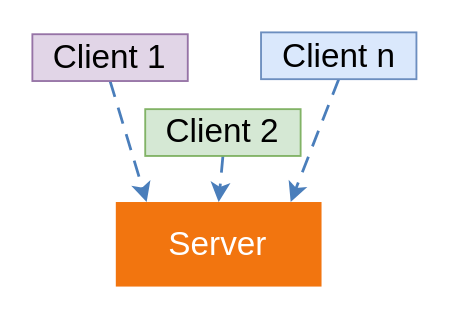
Before: diagrams/architecture/architecturalStyles/clientServer/what/clientServer.drawio in se-edu/se-book, a draw.io diagram. Source tidied: cells renumbered, new cells numbered last; positions are measured from the earlier drawing's top-left corner, leaving out a move shared by most shapes. Both pictures are drawn from the tidied source at 185%, with x=0, y=0 at pixel (31, 31).
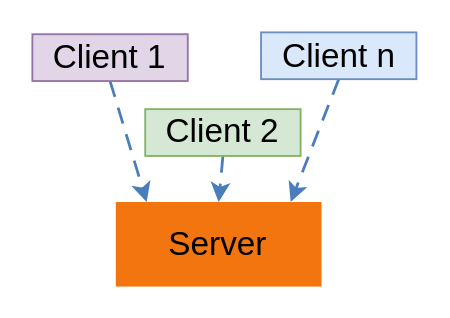
The same diagram, later.

Diff of the diagram source:
```diff
@@
 <mxGraphModel>
   <root>
     <mxCell id="0" />
     <mxCell id="1" parent="0" />
     <mxCell id="2" style="exitX=0.5;exitY=1;exitDx=0;exitDy=0;entryX=0.15;entryY=0;entryDx=0;entryDy=0;edgeStyle=none;html=1;rounded=0;dashed=1;dashPattern=6 4;strokeColor=#4A7EBB;strokeWidth=1.5;endArrow=classic;endFill=1;endSize=6;" parent="1" edge="1" source="5" target="8">
       <mxGeometry relative="1" as="geometry" />
     </mxCell>
     <mxCell id="3" style="exitX=0.5;exitY=1;exitDx=0;exitDy=0;entryX=0.5;entryY=0;entryDx=0;entryDy=0;edgeStyle=none;html=1;rounded=0;dashed=1;dashPattern=6 4;strokeColor=#4A7EBB;strokeWidth=1.5;endArrow=classic;endFill=1;endSize=6;" parent="1" edge="1" source="6" target="8">
       <mxGeometry relative="1" as="geometry" />
     </mxCell>
     <mxCell id="4" style="exitX=0.5;exitY=1;exitDx=0;exitDy=0;entryX=0.85;entryY=0;entryDx=0;entryDy=0;edgeStyle=none;html=1;rounded=0;dashed=1;dashPattern=6 4;strokeColor=#4A7EBB;strokeWidth=1.5;endArrow=classic;endFill=1;endSize=6;" parent="1" edge="1" source="7" target="8">
       <mxGeometry relative="1" as="geometry" />
     </mxCell>
     <mxCell id="5" value="Client 1" style="rounded=0;whiteSpace=wrap;html=0;fillColor=#e1d5e7;strokeColor=#9673a6;fontColor=#000000;fontSize=18;fontFamily=Helvetica;" parent="1" vertex="1">
       <mxGeometry y="1" width="84" height="25.3" as="geometry" />
     </mxCell>
     <mxCell id="6" value="Client 2" style="rounded=0;whiteSpace=wrap;html=0;fillColor=#d5e8d4;strokeColor=#82b366;fontColor=#000000;fontSize=18;fontFamily=Helvetica;" parent="1" vertex="1">
       <mxGeometry x="61" y="41.5" width="84" height="25.3" as="geometry" />
     </mxCell>
     <mxCell id="7" value="Client n" style="rounded=0;whiteSpace=wrap;html=0;fillColor=#dae8fc;strokeColor=#6c8ebf;fontColor=#000000;fontSize=18;fontFamily=Helvetica;" parent="1" vertex="1">
       <mxGeometry x="123.6" width="84" height="25.3" as="geometry" />
     </mxCell>
-    <mxCell id="8" value="Server" style="rounded=0;whiteSpace=wrap;html=0;fillColor=#F2750F;strokeColor=none;fontColor=#FFFFFF;fontSize=18;fontFamily=Helvetica;" parent="1" vertex="1">
+    <mxCell id="8" value="Server" style="rounded=0;whiteSpace=wrap;html=0;fillColor=#F2750F;strokeColor=none;fontColor=#000000;fontSize=18;fontFamily=Helvetica;" parent="1" vertex="1">
       <mxGeometry x="45.1" y="91.7" width="111.2" height="45.7" as="geometry" />
     </mxCell>
   </root>
 </mxGraphModel>
```
